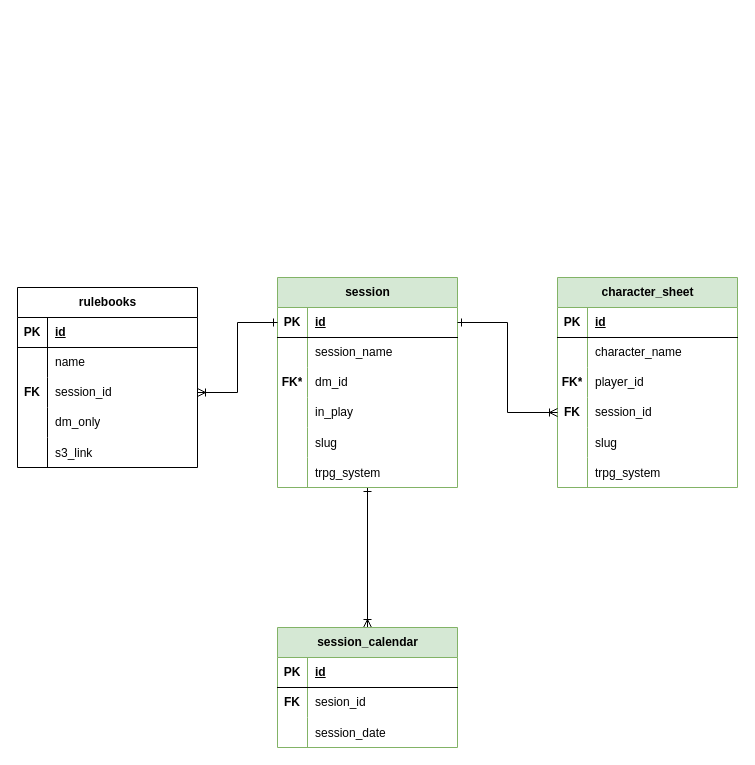
The draw.io diagram page "QuestMaster - Core" (1 of 4) of databasemodel.drawio in hannaBanannaOF/hbsites-architecture, before the edit. Source tidied: cells renumbered, new cells numbered last; positions are measured from the earlier drawing's top-left corner, leaving out a move shared by most shapes. Both pictures are drawn from the tidied source at 100%, with x=0, y=0 at pixel (17, 277).
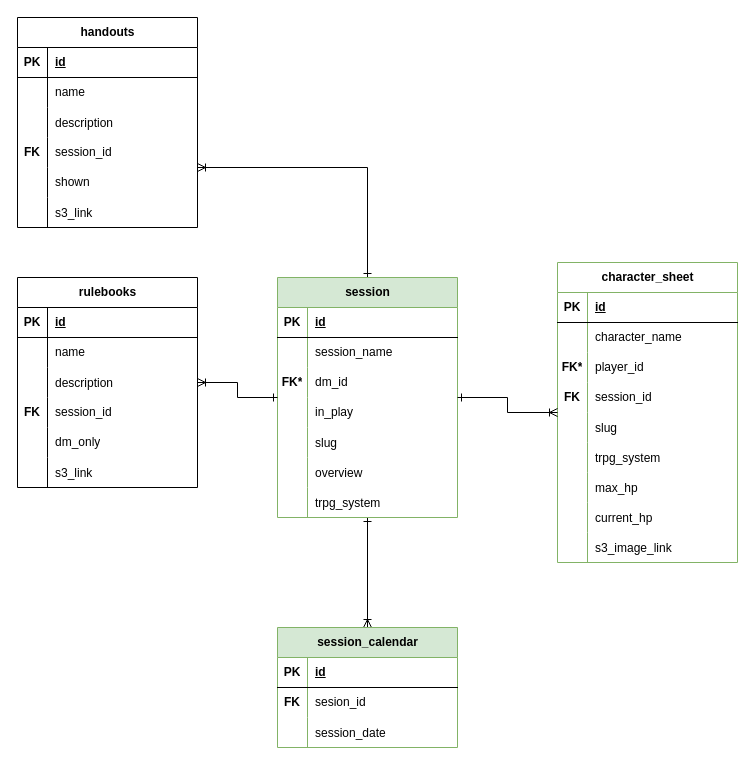
The same diagram, later.

Unchanged cells that the change refers to:
```xml
<mxCell id="4" style="shape=tableRow;horizontal=0;startSize=0;swimlaneHead=0;swimlaneBody=0;fillColor=none;points=[[0,0.5],[1,0.5]];portConstraint=eastwest;top=0;left=0;right=0;bottom=1;" parent="3" vertex="1">
  <mxGeometry y="30" width="180" height="30" as="geometry" />
</mxCell>
<mxCell id="32" style="shape=tableRow;horizontal=0;startSize=0;swimlaneHead=0;swimlaneBody=0;fillColor=none;points=[[0,0.5],[1,0.5]];portConstraint=eastwest;top=0;left=0;right=0;bottom=0;" parent="22" vertex="1">
  <mxGeometry y="120" width="180" height="30" as="geometry" />
</mxCell>
```

Change to the diagram source:
```diff
@@
-    <mxCell id="2" style="edgeStyle=orthogonalEdgeStyle;rounded=0;jettySize=auto;html=1;entryX=0.5;entryY=0;entryDx=0;entryDy=0;endArrow=ERoneToMany;endFill=0;startArrow=ERone;startFill=0;" parent="1" edge="1" source="3" target="59">
+    <mxCell id="2" style="edgeStyle=orthogonalEdgeStyle;rounded=0;jettySize=auto;html=1;endArrow=ERoneToMany;endFill=0;startArrow=ERone;startFill=0;" parent="1" edge="1" source="3" target="59">
       <mxGeometry relative="1" as="geometry" />
     </mxCell>
+    <mxCell id="69" style="edgeStyle=orthogonalEdgeStyle;rounded=0;jettySize=auto;html=1;startArrow=ERone;startFill=0;endArrow=ERoneToMany;endFill=0;" parent="1" edge="1" source="3" target="85">
+      <mxGeometry relative="1" as="geometry">
+        <Array as="points">
+          <mxPoint x="350" y="-110" />
+        </Array>
+      </mxGeometry>
+    </mxCell>
-    <mxCell id="3" value="session" style="shape=table;startSize=30;childLayout=tableLayout;rowLines=0;fontStyle=1;align=center;html=1;fillColor=#d5e8d4;strokeColor=#82b366;" parent="1" vertex="1">
-      <mxGeometry x="260" width="180" height="210" as="geometry" />
+    <mxCell id="3" value="session" style="shape=table;startSize=30;childLayout=tableLayout;rowLines=0;fontStyle=1;align=center;html=1;fillColor=#d5e8d4;strokeColor=#82b366;fontColor=#000000;" parent="1" vertex="1">
+      <mxGeometry x="260" width="180" height="240" as="geometry" />
     </mxCell>
@@
+    <mxCell id="70" style="shape=tableRow;horizontal=0;startSize=0;swimlaneHead=0;swimlaneBody=0;fillColor=none;top=0;left=0;right=0;bottom=0;" parent="3" vertex="1">
+      <mxGeometry y="180" width="180" height="30" as="geometry" />
+    </mxCell>
+    <mxCell id="71" style="shape=partialRectangle;fillColor=none;top=0;left=0;bottom=0;right=0;overflow=hidden;" parent="70" vertex="1">
+      <mxGeometry width="30" height="30" as="geometry" />
+    </mxCell>
+    <mxCell id="72" value="overview" style="shape=partialRectangle;fillColor=none;top=0;left=0;bottom=0;right=0;align=left;spacingLeft=6;overflow=hidden;" parent="70" vertex="1">
+      <mxGeometry x="30" width="150" height="30" as="geometry" />
+    </mxCell>
     <mxCell id="19" style="shape=tableRow;horizontal=0;startSize=0;swimlaneHead=0;swimlaneBody=0;fillColor=none;top=0;left=0;right=0;bottom=0;" parent="3" vertex="1">
-      <mxGeometry y="180" width="180" height="30" as="geometry" />
+      <mxGeometry y="210" width="180" height="30" as="geometry" />
     </mxCell>
@@
-    <mxCell id="22" value="character_sheet" style="shape=table;startSize=30;childLayout=tableLayout;rowLines=0;fontStyle=1;align=center;html=1;fillColor=#d5e8d4;strokeColor=#82b366;" parent="1" vertex="1">
-      <mxGeometry x="540" width="180" height="210" as="geometry" />
+    <mxCell id="22" value="character_sheet" style="shape=table;startSize=30;childLayout=tableLayout;rowLines=0;fontStyle=1;align=center;html=1;fillColor=none;strokeColor=#82b366;" parent="1" vertex="1">
+      <mxGeometry x="540" y="-15" width="180" height="300" as="geometry" />
     </mxCell>
@@
+    <mxCell id="73" style="shape=tableRow;horizontal=0;startSize=0;swimlaneHead=0;swimlaneBody=0;fillColor=none;top=0;left=0;right=0;bottom=0;" parent="22" vertex="1">
+      <mxGeometry y="210" width="180" height="30" as="geometry" />
+    </mxCell>
+    <mxCell id="74" style="shape=partialRectangle;fillColor=none;top=0;left=0;bottom=0;right=0;overflow=hidden;" parent="73" vertex="1">
+      <mxGeometry width="30" height="30" as="geometry" />
+    </mxCell>
+    <mxCell id="75" value="max_hp" style="shape=partialRectangle;fillColor=none;top=0;left=0;bottom=0;right=0;align=left;spacingLeft=6;overflow=hidden;" parent="73" vertex="1">
+      <mxGeometry x="30" width="150" height="30" as="geometry" />
+    </mxCell>
+    <mxCell id="76" style="shape=tableRow;horizontal=0;startSize=0;swimlaneHead=0;swimlaneBody=0;fillColor=none;top=0;left=0;right=0;bottom=0;" parent="22" vertex="1">
+      <mxGeometry y="240" width="180" height="30" as="geometry" />
+    </mxCell>
+    <mxCell id="77" style="shape=partialRectangle;fillColor=none;top=0;left=0;bottom=0;right=0;overflow=hidden;" parent="76" vertex="1">
+      <mxGeometry width="30" height="30" as="geometry" />
+    </mxCell>
+    <mxCell id="78" value="current_hp" style="shape=partialRectangle;fillColor=none;top=0;left=0;bottom=0;right=0;align=left;spacingLeft=6;overflow=hidden;" parent="76" vertex="1">
+      <mxGeometry x="30" width="150" height="30" as="geometry" />
+    </mxCell>
+    <mxCell id="79" style="shape=tableRow;horizontal=0;startSize=0;swimlaneHead=0;swimlaneBody=0;fillColor=none;top=0;left=0;right=0;bottom=0;" parent="22" vertex="1">
+      <mxGeometry y="270" width="180" height="30" as="geometry" />
+    </mxCell>
+    <mxCell id="80" style="shape=partialRectangle;fillColor=none;top=0;left=0;bottom=0;right=0;overflow=hidden;" parent="79" vertex="1">
+      <mxGeometry width="30" height="30" as="geometry" />
+    </mxCell>
+    <mxCell id="81" value="s3_image_link" style="shape=partialRectangle;fillColor=none;top=0;left=0;bottom=0;right=0;align=left;spacingLeft=6;overflow=hidden;" parent="79" vertex="1">
+      <mxGeometry x="30" width="150" height="30" as="geometry" />
+    </mxCell>
-    <mxCell id="41" style="edgeStyle=orthogonalEdgeStyle;rounded=0;jettySize=auto;html=1;exitX=0;exitY=0.5;exitDx=0;exitDy=0;entryX=1;entryY=0.5;entryDx=0;entryDy=0;startArrow=ERoneToMany;startFill=0;endArrow=ERone;endFill=0;" parent="1" edge="1" source="32" target="4">
+    <mxCell id="41" style="edgeStyle=orthogonalEdgeStyle;rounded=0;jettySize=auto;html=1;startArrow=ERoneToMany;startFill=0;endArrow=ERone;endFill=0;" parent="1" edge="1" source="22" target="3">
       <mxGeometry relative="1" as="geometry" />
     </mxCell>
     <mxCell id="42" value="rulebooks" style="shape=table;startSize=30;childLayout=tableLayout;rowLines=0;fontStyle=1;align=center;html=1;" parent="1" vertex="1">
-      <mxGeometry y="10" width="180" height="180" as="geometry" />
+      <mxGeometry width="180" height="210" as="geometry" />
     </mxCell>
@@
+    <mxCell id="82" style="shape=tableRow;horizontal=0;startSize=0;swimlaneHead=0;swimlaneBody=0;fillColor=none;top=0;left=0;right=0;bottom=0;" parent="42" vertex="1">
+      <mxGeometry y="90" width="180" height="30" as="geometry" />
+    </mxCell>
+    <mxCell id="83" style="shape=partialRectangle;fillColor=none;top=0;left=0;bottom=0;right=0;overflow=hidden;" parent="82" vertex="1">
+      <mxGeometry width="30" height="30" as="geometry" />
+    </mxCell>
+    <mxCell id="84" value="description" style="shape=partialRectangle;fillColor=none;top=0;left=0;bottom=0;right=0;align=left;spacingLeft=6;overflow=hidden;" parent="82" vertex="1">
+      <mxGeometry x="30" width="150" height="30" as="geometry" />
+    </mxCell>
     <mxCell id="49" style="shape=tableRow;horizontal=0;startSize=0;swimlaneHead=0;swimlaneBody=0;fillColor=none;points=[[0,0.5],[1,0.5]];portConstraint=eastwest;top=0;left=0;right=0;bottom=0;" parent="42" vertex="1">
-      <mxGeometry y="90" width="180" height="30" as="geometry" />
+      <mxGeometry y="120" width="180" height="30" as="geometry" />
     </mxCell>
@@
     <mxCell id="52" style="shape=tableRow;horizontal=0;startSize=0;swimlaneHead=0;swimlaneBody=0;fillColor=none;top=0;left=0;right=0;bottom=0;" parent="42" vertex="1">
-      <mxGeometry y="120" width="180" height="30" as="geometry" />
+      <mxGeometry y="150" width="180" height="30" as="geometry" />
     </mxCell>
@@
     <mxCell id="55" style="shape=tableRow;horizontal=0;startSize=0;swimlaneHead=0;swimlaneBody=0;fillColor=none;top=0;left=0;right=0;bottom=0;" parent="42" vertex="1">
-      <mxGeometry y="150" width="180" height="30" as="geometry" />
+      <mxGeometry y="180" width="180" height="30" as="geometry" />
     </mxCell>
@@
-    <mxCell id="58" style="edgeStyle=orthogonalEdgeStyle;rounded=0;jettySize=auto;html=1;exitX=0;exitY=0.5;exitDx=0;exitDy=0;entryX=1;entryY=0.5;entryDx=0;entryDy=0;startArrow=ERone;startFill=0;endArrow=ERoneToMany;endFill=0;" parent="1" edge="1" source="4" target="49">
+    <mxCell id="58" style="edgeStyle=orthogonalEdgeStyle;rounded=0;jettySize=auto;html=1;startArrow=ERone;startFill=0;endArrow=ERoneToMany;endFill=0;" parent="1" edge="1" source="3" target="42">
       <mxGeometry relative="1" as="geometry" />
     </mxCell>
-    <mxCell id="59" value="session_calendar" style="shape=table;startSize=30;childLayout=tableLayout;rowLines=0;fontStyle=1;align=center;html=1;fillColor=#d5e8d4;strokeColor=#82b366;" parent="1" vertex="1">
+    <mxCell id="59" value="session_calendar" style="shape=table;startSize=30;childLayout=tableLayout;rowLines=0;fontStyle=1;align=center;html=1;fillColor=#d5e8d4;strokeColor=#82b366;fontColor=#000000;" parent="1" vertex="1">
       <mxGeometry x="260" y="350" width="180" height="120" as="geometry" />
     </mxCell>
@@
+    <mxCell id="85" value="handouts" style="shape=table;startSize=30;childLayout=tableLayout;rowLines=0;fontStyle=1;align=center;html=1;" parent="1" vertex="1">
+      <mxGeometry y="-260" width="180" height="210" as="geometry" />
+    </mxCell>
+    <mxCell id="86" style="shape=tableRow;horizontal=0;startSize=0;swimlaneHead=0;swimlaneBody=0;fillColor=none;top=0;left=0;right=0;bottom=1;" parent="85" vertex="1">
+      <mxGeometry y="30" width="180" height="30" as="geometry" />
+    </mxCell>
+    <mxCell id="87" value="PK" style="shape=partialRectangle;fillColor=none;top=0;left=0;bottom=0;right=0;fontStyle=1;overflow=hidden;whiteSpace=wrap;html=1;" parent="86" vertex="1">
+      <mxGeometry width="30" height="30" as="geometry" />
+    </mxCell>
+    <mxCell id="88" value="id" style="shape=partialRectangle;fillColor=none;top=0;left=0;bottom=0;right=0;align=left;spacingLeft=6;fontStyle=5;overflow=hidden;whiteSpace=wrap;html=1;" parent="86" vertex="1">
+      <mxGeometry x="30" width="150" height="30" as="geometry" />
+    </mxCell>
+    <mxCell id="89" style="shape=tableRow;horizontal=0;startSize=0;swimlaneHead=0;swimlaneBody=0;fillColor=none;top=0;left=0;right=0;bottom=0;" parent="85" vertex="1">
+      <mxGeometry y="60" width="180" height="30" as="geometry" />
+    </mxCell>
+    <mxCell id="90" style="shape=partialRectangle;fillColor=none;top=0;left=0;bottom=0;right=0;overflow=hidden;whiteSpace=wrap;html=1;" parent="89" vertex="1">
+      <mxGeometry width="30" height="30" as="geometry" />
+    </mxCell>
+    <mxCell id="91" value="name" style="shape=partialRectangle;fillColor=none;top=0;left=0;bottom=0;right=0;align=left;spacingLeft=6;overflow=hidden;whiteSpace=wrap;html=1;" parent="89" vertex="1">
+      <mxGeometry x="30" width="150" height="30" as="geometry" />
+    </mxCell>
+    <mxCell id="92" style="shape=tableRow;horizontal=0;startSize=0;swimlaneHead=0;swimlaneBody=0;fillColor=none;top=0;left=0;right=0;bottom=0;" parent="85" vertex="1">
+      <mxGeometry y="90" width="180" height="30" as="geometry" />
+    </mxCell>
+    <mxCell id="93" style="shape=partialRectangle;fillColor=none;top=0;left=0;bottom=0;right=0;overflow=hidden;" parent="92" vertex="1">
+      <mxGeometry width="30" height="30" as="geometry" />
+    </mxCell>
+    <mxCell id="94" value="description" style="shape=partialRectangle;fillColor=none;top=0;left=0;bottom=0;right=0;align=left;spacingLeft=6;overflow=hidden;" parent="92" vertex="1">
+      <mxGeometry x="30" width="150" height="30" as="geometry" />
+    </mxCell>
+    <mxCell id="95" style="shape=tableRow;horizontal=0;startSize=0;swimlaneHead=0;swimlaneBody=0;fillColor=none;top=0;left=0;right=0;bottom=0;" parent="85" vertex="1">
+      <mxGeometry y="120" width="180" height="30" as="geometry" />
+    </mxCell>
+    <mxCell id="96" value="&lt;b&gt;FK&lt;/b&gt;" style="shape=partialRectangle;fillColor=none;top=0;left=0;bottom=0;right=0;overflow=hidden;whiteSpace=wrap;html=1;" parent="95" vertex="1">
+      <mxGeometry width="30" height="30" as="geometry" />
+    </mxCell>
+    <mxCell id="97" value="session_id" style="shape=partialRectangle;fillColor=none;top=0;left=0;bottom=0;right=0;align=left;spacingLeft=6;overflow=hidden;whiteSpace=wrap;html=1;" parent="95" vertex="1">
+      <mxGeometry x="30" width="150" height="30" as="geometry" />
+    </mxCell>
+    <mxCell id="98" style="shape=tableRow;horizontal=0;startSize=0;swimlaneHead=0;swimlaneBody=0;fillColor=none;top=0;left=0;right=0;bottom=0;" parent="85" vertex="1">
+      <mxGeometry y="150" width="180" height="30" as="geometry" />
+    </mxCell>
+    <mxCell id="99" style="shape=partialRectangle;fillColor=none;top=0;left=0;bottom=0;right=0;overflow=hidden;whiteSpace=wrap;html=1;" parent="98" vertex="1">
+      <mxGeometry width="30" height="30" as="geometry" />
+    </mxCell>
+    <mxCell id="100" value="shown" style="shape=partialRectangle;fillColor=none;top=0;left=0;bottom=0;right=0;align=left;spacingLeft=6;overflow=hidden;whiteSpace=wrap;html=1;" parent="98" vertex="1">
+      <mxGeometry x="30" width="150" height="30" as="geometry" />
+    </mxCell>
+    <mxCell id="101" style="shape=tableRow;horizontal=0;startSize=0;swimlaneHead=0;swimlaneBody=0;fillColor=none;top=0;left=0;right=0;bottom=0;" parent="85" vertex="1">
+      <mxGeometry y="180" width="180" height="30" as="geometry" />
+    </mxCell>
+    <mxCell id="102" style="shape=partialRectangle;fillColor=none;top=0;left=0;bottom=0;right=0;overflow=hidden;" parent="101" vertex="1">
+      <mxGeometry width="30" height="30" as="geometry" />
+    </mxCell>
+    <mxCell id="103" value="s3_link" style="shape=partialRectangle;fillColor=none;top=0;left=0;bottom=0;right=0;align=left;spacingLeft=6;overflow=hidden;" parent="101" vertex="1">
+      <mxGeometry x="30" width="150" height="30" as="geometry" />
+    </mxCell>
```
